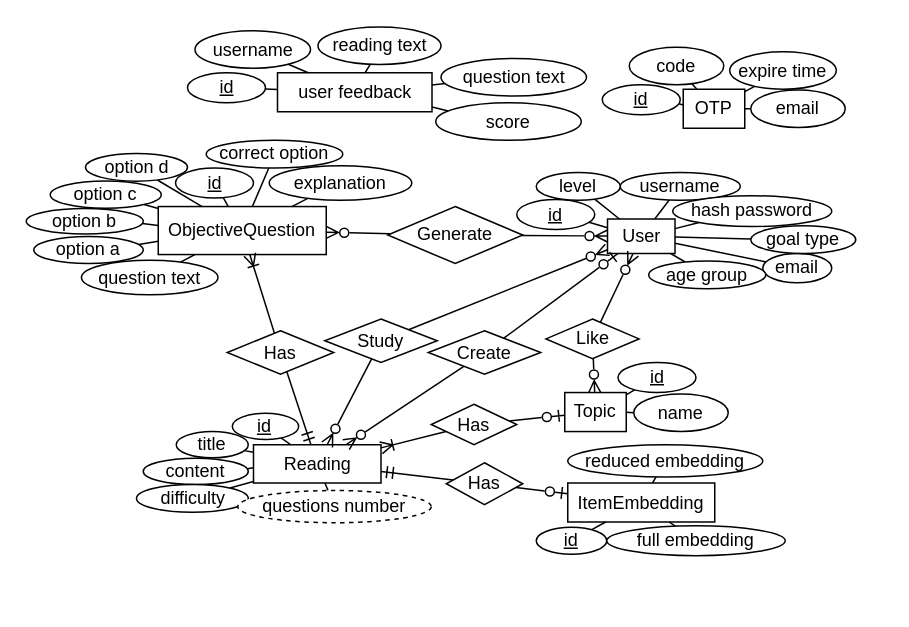
Above: database_design/erd_lisenare.drawio in hellophucnguyenhoang/lisenare (draw.io), before the change. Source tidied: cells renumbered, new cells numbered last; positions are measured from the earlier drawing's top-left corner, leaving out a move shared by most shapes. Both pictures are drawn from the tidied source at 150%, with x=0, y=0 at pixel (26, 27).
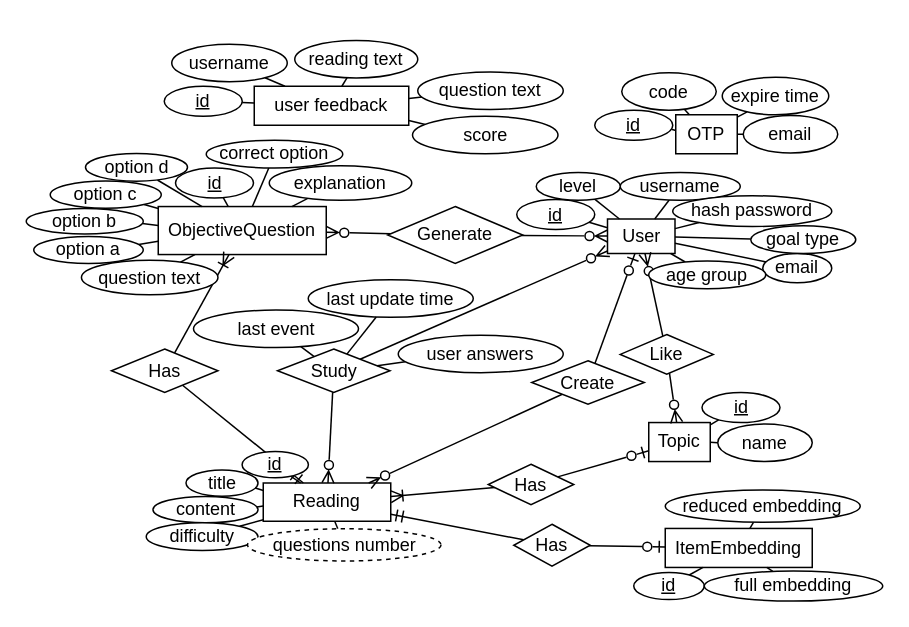
The same diagram, later.

Change to the diagram source:
```diff
@@
     <mxCell id="2" value="Reading" style="whiteSpace=wrap;html=1;align=center;" parent="1" vertex="1">
-      <mxGeometry x="151.5" y="278" width="85" height="25.5" as="geometry" />
+      <mxGeometry x="158" y="303.5" width="85" height="25.5" as="geometry" />
     </mxCell>
@@
     <mxCell id="4" value="Topic" style="whiteSpace=wrap;html=1;align=center;" parent="1" vertex="1">
-      <mxGeometry x="359" y="243.2" width="41" height="26" as="geometry" />
+      <mxGeometry x="415" y="263.2" width="41" height="26" as="geometry" />
     </mxCell>
@@
     <mxCell id="6" value="ItemEmbedding" style="whiteSpace=wrap;html=1;align=center;" parent="1" vertex="1">
-      <mxGeometry x="361" y="303.5" width="98" height="26" as="geometry" />
+      <mxGeometry x="426" y="333.8" width="98" height="26" as="geometry" />
     </mxCell>
@@
     <mxCell id="9" value="Like" style="shape=rhombus;perimeter=rhombusPerimeter;whiteSpace=wrap;html=1;align=center;" parent="1" vertex="1">
-      <mxGeometry x="346.5" y="194.2" width="62" height="26.5" as="geometry" />
+      <mxGeometry x="396" y="204.5" width="62" height="26.5" as="geometry" />
     </mxCell>
@@
-    <mxCell id="12" value="Has" style="shape=rhombus;perimeter=rhombusPerimeter;whiteSpace=wrap;html=1;align=center;" parent="1" vertex="1">
-      <mxGeometry x="270" y="251" width="57" height="27" as="geometry" />
-    </mxCell>
@@
     <mxCell id="15" value="Has" style="shape=rhombus;perimeter=rhombusPerimeter;whiteSpace=wrap;html=1;align=center;" parent="1" vertex="1">
-      <mxGeometry x="134" y="202" width="71" height="29" as="geometry" />
+      <mxGeometry x="56.8" y="214.2" width="71" height="29" as="geometry" />
     </mxCell>
@@
     <mxCell id="18" value="Has" style="shape=rhombus;perimeter=rhombusPerimeter;whiteSpace=wrap;html=1;align=center;" parent="1" vertex="1">
-      <mxGeometry x="280" y="290" width="51" height="28" as="geometry" />
+      <mxGeometry x="325" y="331" width="51" height="28" as="geometry" />
     </mxCell>
@@
     <mxCell id="21" value="Study" style="shape=rhombus;perimeter=rhombusPerimeter;whiteSpace=wrap;html=1;align=center;" parent="1" vertex="1">
-      <mxGeometry x="199" y="194.2" width="75" height="29" as="geometry" />
+      <mxGeometry x="167.5" y="214.2" width="75" height="29" as="geometry" />
     </mxCell>
@@
     <mxCell id="40" value="id" style="ellipse;whiteSpace=wrap;html=1;align=center;fontStyle=4;" parent="1" vertex="1">
-      <mxGeometry x="394.5" y="223.2" width="52" height="20" as="geometry" />
+      <mxGeometry x="450.5" y="243.2" width="52" height="20" as="geometry" />
     </mxCell>
@@
     <mxCell id="42" value="name" style="ellipse;whiteSpace=wrap;html=1;align=center;" parent="1" vertex="1">
-      <mxGeometry x="405" y="244.2" width="63" height="25" as="geometry" />
+      <mxGeometry x="461" y="264.2" width="63" height="25" as="geometry" />
     </mxCell>
@@
     <mxCell id="44" value="id" style="ellipse;whiteSpace=wrap;html=1;align=center;fontStyle=4;" parent="1" vertex="1">
-      <mxGeometry x="340" y="333" width="47" height="18" as="geometry" />
+      <mxGeometry x="405" y="363.2" width="47" height="18" as="geometry" />
     </mxCell>
@@
     <mxCell id="46" value="reduced embedding" style="ellipse;whiteSpace=wrap;html=1;align=center;" parent="1" vertex="1">
-      <mxGeometry x="361" y="278" width="130" height="21.5" as="geometry" />
+      <mxGeometry x="426" y="308.2" width="130" height="21.5" as="geometry" />
     </mxCell>
@@
     <mxCell id="48" value="full embedding" style="ellipse;whiteSpace=wrap;html=1;align=center;" parent="1" vertex="1">
-      <mxGeometry x="387" y="332" width="119" height="20" as="geometry" />
+      <mxGeometry x="452" y="362.2" width="119" height="20" as="geometry" />
     </mxCell>
@@
     <mxCell id="50" value="id" style="ellipse;whiteSpace=wrap;html=1;align=center;fontStyle=4;" parent="1" vertex="1">
-      <mxGeometry x="137.4" y="257" width="44.2" height="17.5" as="geometry" />
+      <mxGeometry x="143.9" y="282.5" width="44.2" height="17.5" as="geometry" />
     </mxCell>
@@
     <mxCell id="52" value="title" style="ellipse;whiteSpace=wrap;html=1;align=center;" parent="1" vertex="1">
-      <mxGeometry x="100" y="269.2" width="48" height="17.5" as="geometry" />
+      <mxGeometry x="106.5" y="294.8" width="48" height="17.5" as="geometry" />
     </mxCell>
@@
     <mxCell id="54" value="content" style="ellipse;whiteSpace=wrap;html=1;align=center;" parent="1" vertex="1">
-      <mxGeometry x="78" y="287" width="70" height="17.5" as="geometry" />
+      <mxGeometry x="84.5" y="312.5" width="70" height="17.5" as="geometry" />
     </mxCell>
@@
     <mxCell id="56" value="difficulty" style="ellipse;whiteSpace=wrap;html=1;align=center;" parent="1" vertex="1">
-      <mxGeometry x="73.5" y="304.5" width="74.5" height="18.5" as="geometry" />
+      <mxGeometry x="80" y="330" width="74.5" height="18.5" as="geometry" />
     </mxCell>
@@
     <mxCell id="58" value="questions number" style="ellipse;whiteSpace=wrap;html=1;align=center;dashed=1;" parent="1" vertex="1">
-      <mxGeometry x="141" y="308.5" width="129" height="21.5" as="geometry" />
+      <mxGeometry x="147.5" y="334" width="129" height="21.5" as="geometry" />
     </mxCell>
@@
     <mxCell id="75" value="OTP" style="whiteSpace=wrap;html=1;align=center;" parent="1" vertex="1">
-      <mxGeometry x="438" y="41" width="41" height="26" as="geometry" />
+      <mxGeometry x="433" y="58" width="41" height="26" as="geometry" />
     </mxCell>
@@
     <mxCell id="77" value="id" style="ellipse;whiteSpace=wrap;html=1;align=center;fontStyle=4;" parent="1" vertex="1">
-      <mxGeometry x="384" y="38" width="52" height="20" as="geometry" />
+      <mxGeometry x="379" y="55" width="52" height="20" as="geometry" />
     </mxCell>
@@
     <mxCell id="79" value="email" style="ellipse;whiteSpace=wrap;html=1;align=center;" parent="1" vertex="1">
-      <mxGeometry x="483" y="41.5" width="63" height="25" as="geometry" />
+      <mxGeometry x="478" y="58.5" width="63" height="25" as="geometry" />
     </mxCell>
@@
     <mxCell id="81" value="code" style="ellipse;whiteSpace=wrap;html=1;align=center;" parent="1" vertex="1">
-      <mxGeometry x="402" y="13" width="63" height="25" as="geometry" />
+      <mxGeometry x="397" y="30" width="63" height="25" as="geometry" />
     </mxCell>
@@
     <mxCell id="83" value="expire time" style="ellipse;whiteSpace=wrap;html=1;align=center;" parent="1" vertex="1">
-      <mxGeometry x="469" y="16" width="71" height="25" as="geometry" />
+      <mxGeometry x="464" y="33" width="71" height="25" as="geometry" />
     </mxCell>
     <mxCell id="84" value="user feedback" style="whiteSpace=wrap;html=1;align=center;" parent="1" vertex="1">
-      <mxGeometry x="167.5" y="30" width="103" height="26" as="geometry" />
+      <mxGeometry x="152" y="39" width="103" height="26" as="geometry" />
     </mxCell>
@@
     <mxCell id="86" value="id" style="ellipse;whiteSpace=wrap;html=1;align=center;fontStyle=4;" parent="1" vertex="1">
-      <mxGeometry x="107.5" y="30" width="52" height="20" as="geometry" />
+      <mxGeometry x="92" y="39" width="52" height="20" as="geometry" />
     </mxCell>
@@
     <mxCell id="88" value="question text" style="ellipse;whiteSpace=wrap;html=1;align=center;" parent="1" vertex="1">
-      <mxGeometry x="276.5" y="20.5" width="97" height="25" as="geometry" />
+      <mxGeometry x="261" y="29.5" width="97" height="25" as="geometry" />
     </mxCell>
@@
     <mxCell id="90" value="username" style="ellipse;whiteSpace=wrap;html=1;align=center;" parent="1" vertex="1">
-      <mxGeometry x="112.5" y="2" width="77" height="25" as="geometry" />
+      <mxGeometry x="97" y="11" width="77" height="25" as="geometry" />
     </mxCell>
@@
     <mxCell id="92" value="reading text" style="ellipse;whiteSpace=wrap;html=1;align=center;" parent="1" vertex="1">
-      <mxGeometry x="194.5" y="-0.5" width="82" height="25" as="geometry" />
+      <mxGeometry x="179" y="8.5" width="82" height="25" as="geometry" />
     </mxCell>
@@
     <mxCell id="95" value="Create" style="shape=rhombus;perimeter=rhombusPerimeter;whiteSpace=wrap;html=1;align=center;" parent="1" vertex="1">
-      <mxGeometry x="268" y="202" width="75" height="29" as="geometry" />
+      <mxGeometry x="337" y="222" width="75" height="29" as="geometry" />
     </mxCell>
@@
     <mxCell id="97" value="score" style="ellipse;whiteSpace=wrap;html=1;align=center;" parent="1" vertex="1">
-      <mxGeometry x="273" y="50" width="97" height="25" as="geometry" />
+      <mxGeometry x="257.5" y="59" width="97" height="25" as="geometry" />
     </mxCell>
+    <mxCell id="98" style="rounded=0;jettySize=auto;html=1;endArrow=none;endFill=0;" parent="1" edge="1" source="99" target="21">
+      <mxGeometry relative="1" as="geometry" />
+    </mxCell>
+    <mxCell id="99" value="user answers" style="ellipse;whiteSpace=wrap;html=1;align=center;" parent="1" vertex="1">
+      <mxGeometry x="248" y="205" width="110" height="25" as="geometry" />
+    </mxCell>
+    <mxCell id="100" style="rounded=0;jettySize=auto;html=1;endArrow=none;endFill=0;" parent="1" edge="1" source="101" target="21">
+      <mxGeometry relative="1" as="geometry" />
+    </mxCell>
+    <mxCell id="101" value="last event" style="ellipse;whiteSpace=wrap;html=1;align=center;" parent="1" vertex="1">
+      <mxGeometry x="111.5" y="188.2" width="110" height="25" as="geometry" />
+    </mxCell>
+    <mxCell id="102" value="last update time" style="ellipse;whiteSpace=wrap;html=1;align=center;" parent="1" vertex="1">
+      <mxGeometry x="188" y="168" width="110" height="25" as="geometry" />
+    </mxCell>
+    <mxCell id="103" style="rounded=0;jettySize=auto;html=1;endArrow=none;endFill=0;" parent="1" edge="1" source="102" target="21">
+      <mxGeometry relative="1" as="geometry" />
+    </mxCell>
+    <mxCell id="12" value="Has" style="shape=rhombus;perimeter=rhombusPerimeter;whiteSpace=wrap;html=1;align=center;" parent="1" vertex="1">
+      <mxGeometry x="308" y="291" width="57" height="27" as="geometry" />
+    </mxCell>
```
